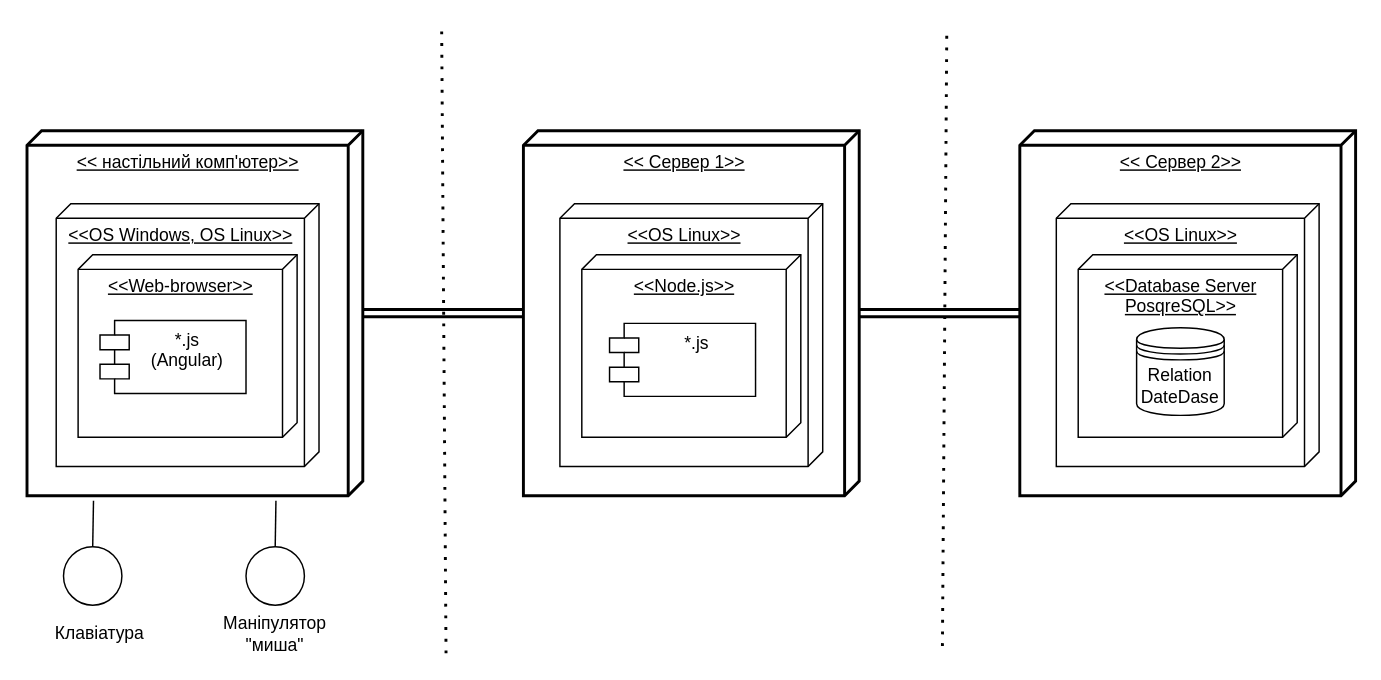
oleksandrblazhko/ai-212-majorova keeps this draw.io diagram as 1-SoftwareRequirements/1.5-SoftwareProjectPlanning/1.5.1-SoftwareArchitectConcept/SoftwareArchitectConcept.drawio. Above is the earlier version. Source tidied: cells renumbered, new cells numbered last; positions are measured from the earlier drawing's top-left corner, leaving out a move shared by most shapes. Both pictures are drawn from the tidied source at 146%, with x=0, y=0 at pixel (26, 26).
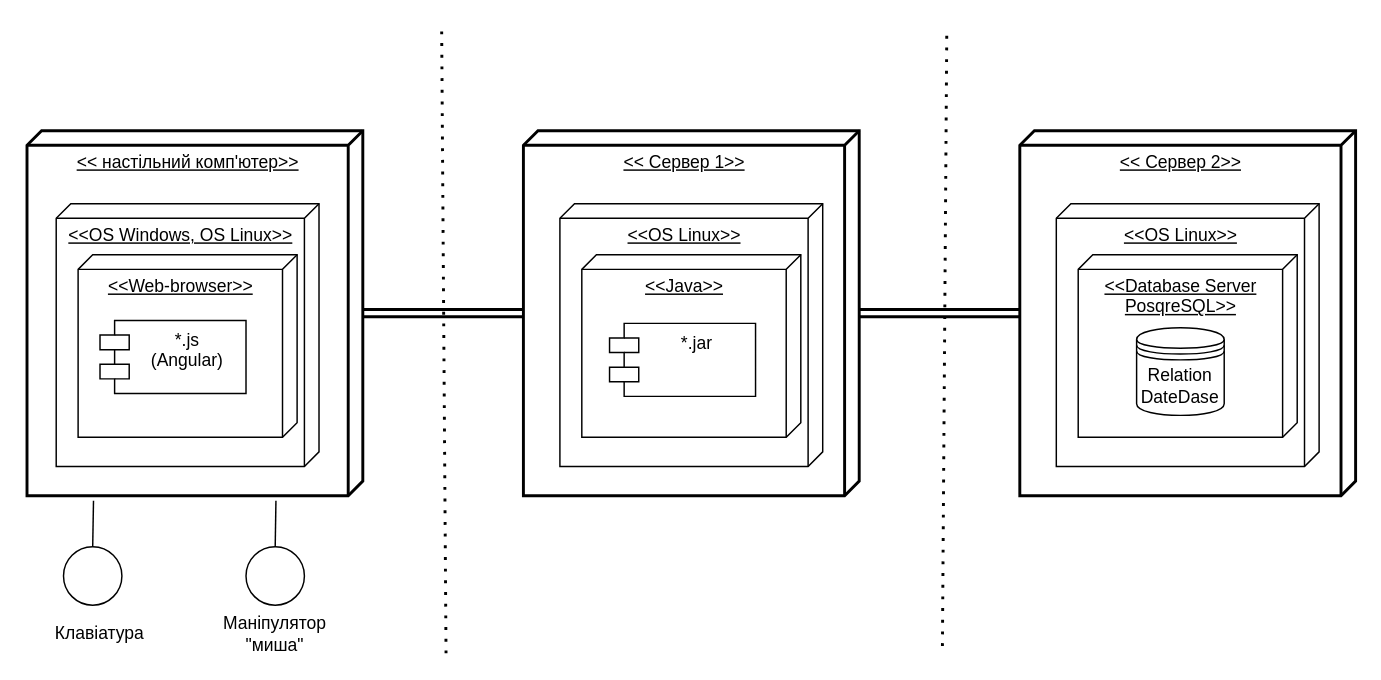
The same diagram, later.

The edit, as a diff of the source:
```diff
@@
-    <mxCell id="12" value="&amp;lt;&amp;lt;Node.js&amp;gt;&amp;gt;" style="verticalAlign=top;align=center;spacingTop=8;spacingLeft=2;spacingRight=12;shape=cube;size=10;direction=south;fontStyle=4;html=1;" parent="1" vertex="1">
+    <mxCell id="12" value="&amp;lt;&amp;lt;Java&amp;gt;&amp;gt;" style="verticalAlign=top;align=center;spacingTop=8;spacingLeft=2;spacingRight=12;shape=cube;size=10;direction=south;fontStyle=4;html=1;" parent="1" vertex="1">
       <mxGeometry x="380" y="156" width="150" height="125" as="geometry" />
     </mxCell>
-    <mxCell id="13" value="*.js" style="shape=module;align=left;spacingLeft=20;align=center;verticalAlign=top;" parent="1" vertex="1">
+    <mxCell id="13" value="*.jar" style="shape=module;align=left;spacingLeft=20;align=center;verticalAlign=top;" parent="1" vertex="1">
       <mxGeometry x="399" y="203" width="100" height="50" as="geometry" />
     </mxCell>
```
